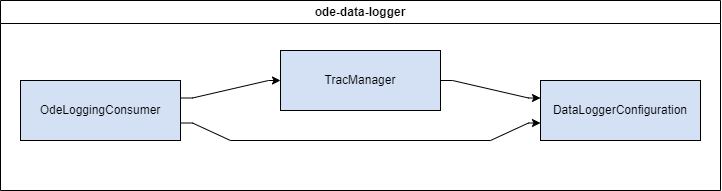
The draw.io diagram ode-data-logger/docs/diagrams/ode-data-logger-architecture.drawio.png in Trihydro/TIM-Manager, before a commit. Source tidied: cells renumbered, new cells last; positions are measured from the earlier drawing's top-left corner, leaving out a move shared by most shapes. The source it was exported from:
```xml
<mxGraphModel>
  <root>
    <mxCell id="0" />
    <mxCell id="1" parent="0" />
    <mxCell id="2" style="edgeStyle=orthogonalEdgeStyle;rounded=0;jettySize=auto;html=1;noEdgeStyle=1;orthogonal=1;" parent="1" edge="1" source="4" target="6">
      <mxGeometry relative="1" as="geometry">
        <Array as="points">
          <mxPoint x="192" y="97.5" />
          <mxPoint x="268" y="80" />
        </Array>
      </mxGeometry>
    </mxCell>
    <mxCell id="3" style="edgeStyle=orthogonalEdgeStyle;rounded=0;jettySize=auto;html=1;noEdgeStyle=1;orthogonal=1;" parent="1" edge="1" source="4" target="7">
      <mxGeometry relative="1" as="geometry">
        <Array as="points">
          <mxPoint x="192" y="122.5" />
          <mxPoint x="230" y="140" />
          <mxPoint x="490" y="140" />
          <mxPoint x="528" y="122.5" />
        </Array>
      </mxGeometry>
    </mxCell>
    <mxCell id="4" value="OdeLoggingConsumer" style="rounded=0;whiteSpace=wrap;html=1;fillColor=#D4E1F5;" parent="1" vertex="1">
      <mxGeometry x="20" y="80" width="160" height="60" as="geometry" />
    </mxCell>
    <mxCell id="5" style="edgeStyle=orthogonalEdgeStyle;rounded=0;jettySize=auto;html=1;noEdgeStyle=1;orthogonal=1;" parent="1" edge="1" source="6" target="7">
      <mxGeometry relative="1" as="geometry">
        <Array as="points">
          <mxPoint x="452" y="80" />
          <mxPoint x="528" y="97.5" />
        </Array>
      </mxGeometry>
    </mxCell>
    <mxCell id="6" value="TracManager" style="rounded=0;whiteSpace=wrap;html=1;fillColor=#D4E1F5;" parent="1" vertex="1">
      <mxGeometry x="280" y="50" width="160" height="60" as="geometry" />
    </mxCell>
    <mxCell id="7" value="DataLoggerConfiguration" style="rounded=0;whiteSpace=wrap;html=1;fillColor=#D4E1F5;" parent="1" vertex="1">
      <mxGeometry x="540" y="80" width="160" height="60" as="geometry" />
    </mxCell>
    <mxCell id="8" value="ode-data-logger" style="swimlane;whiteSpace=wrap;html=1;" parent="1" vertex="1">
      <mxGeometry width="720" height="190" as="geometry" />
    </mxCell>
  </root>
</mxGraphModel>
```
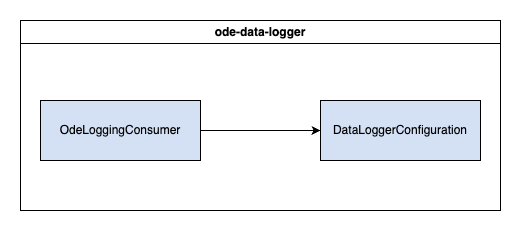
Above is the later version.

Commit message:
Anonymize ode-data-logger

Change to the diagram source:
```diff
@@ -2,43 +2,19 @@
   <root>
     <mxCell id="0" />
     <mxCell id="1" parent="0" />
-    <mxCell id="2" style="edgeStyle=orthogonalEdgeStyle;rounded=0;jettySize=auto;html=1;noEdgeStyle=1;orthogonal=1;" parent="1" edge="1" source="4" target="6">
-      <mxGeometry relative="1" as="geometry">
-        <Array as="points">
-          <mxPoint x="192" y="97.5" />
-          <mxPoint x="268" y="80" />
-        </Array>
-      </mxGeometry>
-    </mxCell>
-    <mxCell id="3" style="edgeStyle=orthogonalEdgeStyle;rounded=0;jettySize=auto;html=1;noEdgeStyle=1;orthogonal=1;" parent="1" edge="1" source="4" target="7">
-      <mxGeometry relative="1" as="geometry">
-        <Array as="points">
-          <mxPoint x="192" y="122.5" />
-          <mxPoint x="230" y="140" />
-          <mxPoint x="490" y="140" />
-          <mxPoint x="528" y="122.5" />
-        </Array>
-      </mxGeometry>
-    </mxCell>
     <mxCell id="4" value="OdeLoggingConsumer" style="rounded=0;whiteSpace=wrap;html=1;fillColor=#D4E1F5;" parent="1" vertex="1">
       <mxGeometry x="20" y="80" width="160" height="60" as="geometry" />
     </mxCell>
-    <mxCell id="5" style="edgeStyle=orthogonalEdgeStyle;rounded=0;jettySize=auto;html=1;noEdgeStyle=1;orthogonal=1;" parent="1" edge="1" source="6" target="7">
-      <mxGeometry relative="1" as="geometry">
-        <Array as="points">
-          <mxPoint x="452" y="80" />
-          <mxPoint x="528" y="97.5" />
-        </Array>
-      </mxGeometry>
-    </mxCell>
-    <mxCell id="6" value="TracManager" style="rounded=0;whiteSpace=wrap;html=1;fillColor=#D4E1F5;" parent="1" vertex="1">
-      <mxGeometry x="280" y="50" width="160" height="60" as="geometry" />
-    </mxCell>
+    <mxCell id="8" value="ode-data-logger" style="swimlane;whiteSpace=wrap;html=1;" parent="1" vertex="1">
+      <mxGeometry width="480" height="190" as="geometry" />
+    </mxCell>
+    <mxCell id="9" style="endArrow=classic;html=1;rounded=0;entryX=0;entryY=0.5;entryDx=0;entryDy=0;" parent="8" edge="1" target="7">
+      <mxGeometry relative="1" as="geometry">
+        <mxPoint x="180" y="110" as="sourcePoint" />
+      </mxGeometry>
+    </mxCell>
-    <mxCell id="7" value="DataLoggerConfiguration" style="rounded=0;whiteSpace=wrap;html=1;fillColor=#D4E1F5;" parent="1" vertex="1">
-      <mxGeometry x="540" y="80" width="160" height="60" as="geometry" />
+    <mxCell id="7" value="DataLoggerConfiguration" style="rounded=0;whiteSpace=wrap;html=1;fillColor=#D4E1F5;" parent="8" vertex="1">
+      <mxGeometry x="300" y="80" width="160" height="60" as="geometry" />
     </mxCell>
-    <mxCell id="8" value="ode-data-logger" style="swimlane;whiteSpace=wrap;html=1;" parent="1" vertex="1">
-      <mxGeometry width="720" height="190" as="geometry" />
-    </mxCell>
   </root>
 </mxGraphModel>
```
